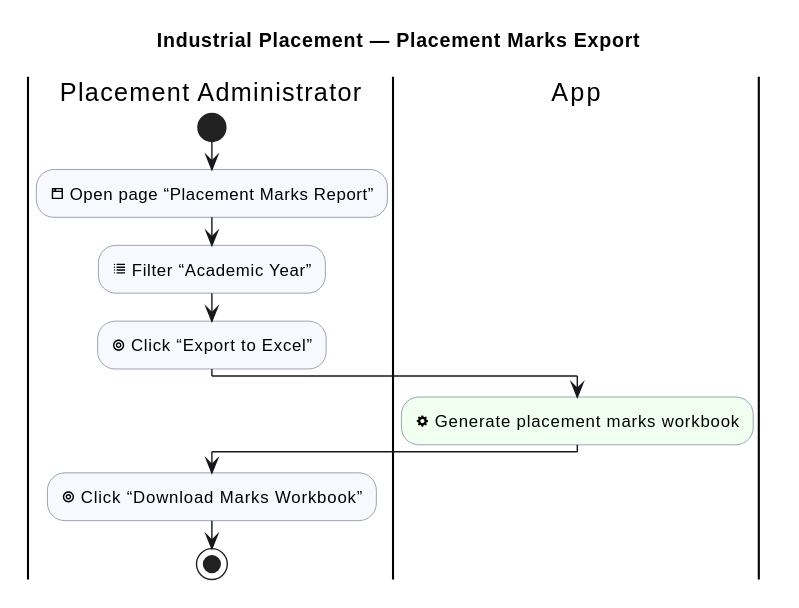
Above: industrial-placement-group-project/diagrams/industrial-placement/placement-marks-export.svg in sdflkjssl/sdflkjssl.github.io (PlantUML), before the change.
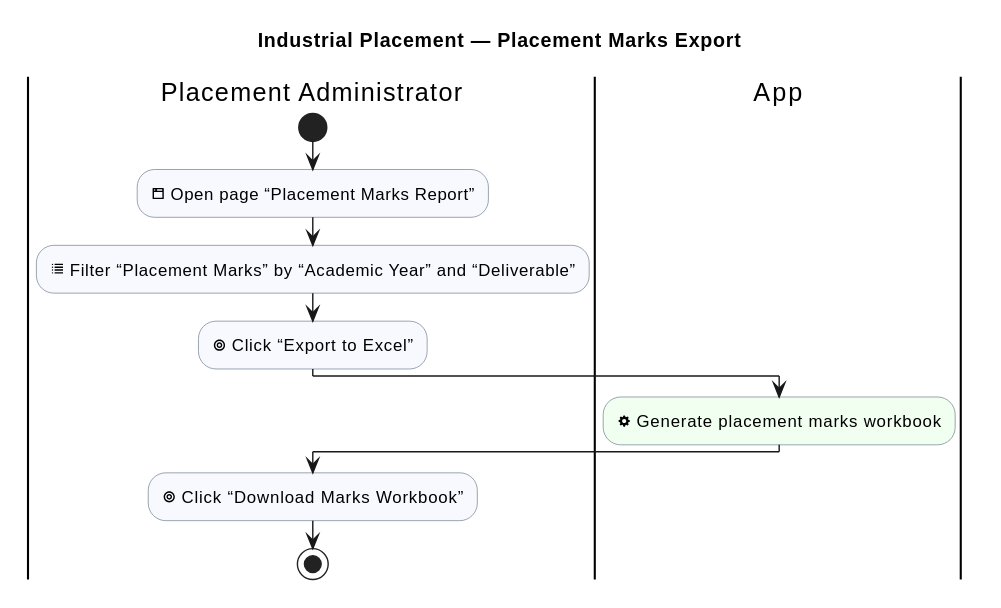
The same diagram one commit later.

The edit, as a diff of the source:
```diff
@@ -13,7 +13,7 @@
 |Placement Administrator|
 start
 :<&browser> Open page “Placement Marks Report”; <<#GhostWhite>>
-:<&list> Filter “Academic Year”; <<#GhostWhite>>
+:<&list> Filter “Placement Marks” by “Academic Year” and “Deliverable”; <<#GhostWhite>>
 :<&target> Click “Export to Excel”; <<#GhostWhite>>
 |App|
 :<&cog> Generate placement marks workbook; <<#HoneyDew>>
```
